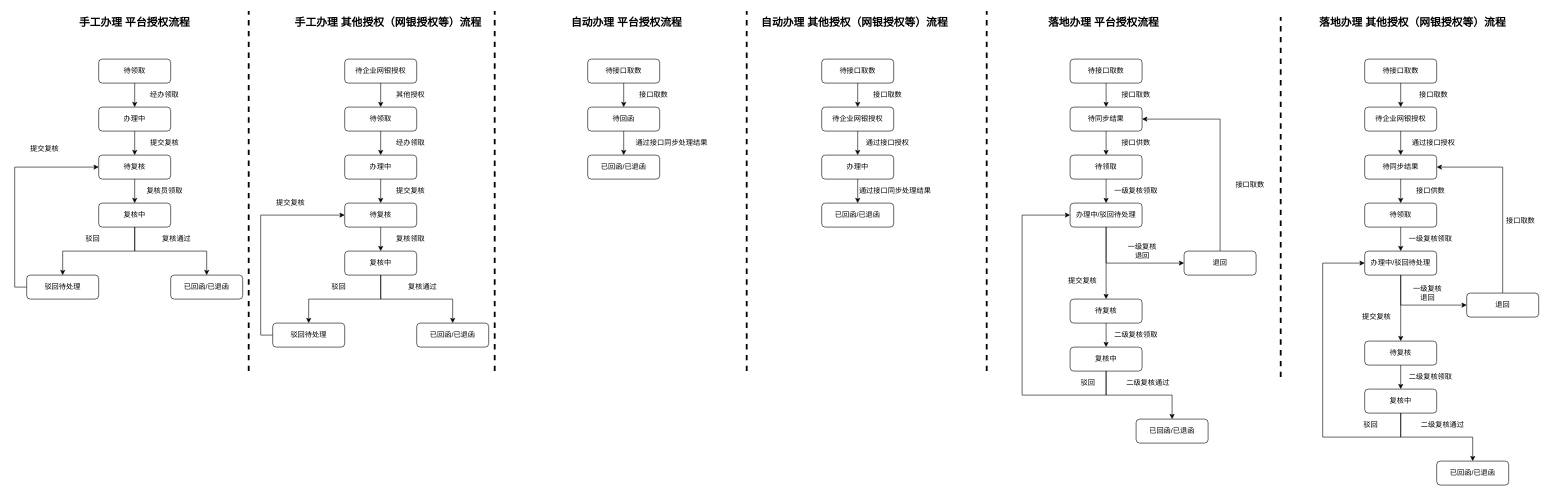
The draw.io diagram 未命名绘图.drawio in pingguo002/iconomi, before the edit. Source tidied: cells renumbered, new cells numbered last; positions are measured from the earlier drawing's top-left corner, leaving out a move shared by most shapes. Both pictures are drawn from the tidied source at 60%, with x=0, y=0 at pixel (14, 11).
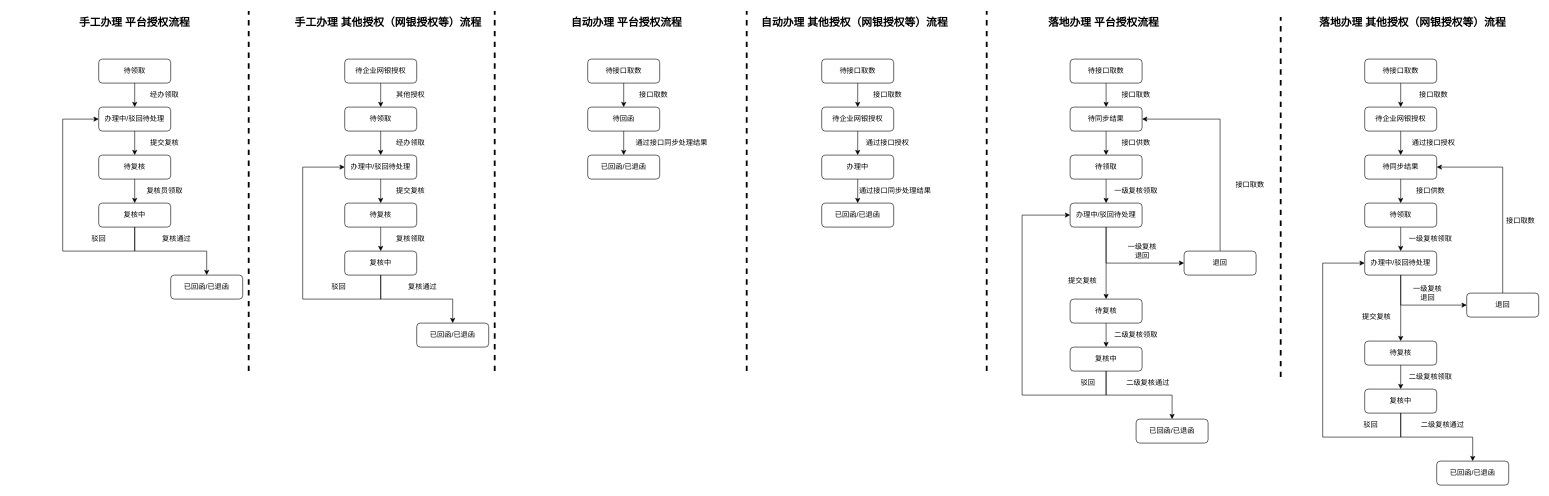
After the change.

Commit message:
更新未命名绘图.drawio

Unchanged cells that the change refers to:
```xml
<mxCell id="15" value="复核中" style="rounded=1;whiteSpace=wrap;html=1;" parent="1" vertex="1">
  <mxGeometry x="550" y="400" width="120" height="40" as="geometry" />
</mxCell>
<mxCell id="33" value="复核中" style="rounded=1;whiteSpace=wrap;html=1;" parent="1" vertex="1">
  <mxGeometry x="140" y="320" width="120" height="40" as="geometry" />
</mxCell>
```

Diff of the diagram source:
```diff
@@
-    <mxCell id="8" value="办理中" style="rounded=1;whiteSpace=wrap;html=1;" parent="1" vertex="1">
+    <mxCell id="8" value="办理中/驳回待处理" style="rounded=1;whiteSpace=wrap;html=1;" parent="1" vertex="1">
       <mxGeometry x="550" y="240" width="120" height="40" as="geometry" />
     </mxCell>
@@
-    <mxCell id="14" style="edgeStyle=orthogonalEdgeStyle;rounded=0;jettySize=auto;html=1;exitX=0.5;exitY=1;exitDx=0;exitDy=0;entryX=0.5;entryY=0;entryDx=0;entryDy=0;" parent="1" edge="1" source="15" target="123">
-      <mxGeometry relative="1" as="geometry" />
+    <mxCell id="14" style="edgeStyle=orthogonalEdgeStyle;rounded=0;jettySize=auto;html=1;exitX=0.5;exitY=1;exitDx=0;exitDy=0;entryX=0;entryY=0.5;entryDx=0;entryDy=0;" parent="1" edge="1" source="15" target="8">
+      <mxGeometry relative="1" as="geometry">
+        <Array as="points">
+          <mxPoint x="610" y="480" />
+          <mxPoint x="480" y="480" />
+          <mxPoint x="480" y="260" />
+        </Array>
+      </mxGeometry>
     </mxCell>
@@
-    <mxCell id="20" style="edgeStyle=orthogonalEdgeStyle;rounded=0;jettySize=auto;html=1;exitX=0;exitY=0.5;exitDx=0;exitDy=0;" parent="1" edge="1" source="123">
-      <mxGeometry relative="1" as="geometry">
-        <mxPoint x="550" y="340" as="targetPoint" />
-        <Array as="points">
-          <mxPoint x="410" y="540" />
-          <mxPoint x="410" y="340" />
-          <mxPoint x="550" y="340" />
-        </Array>
-      </mxGeometry>
-    </mxCell>
-    <mxCell id="21" value="提交复核" style="text;html=1;strokeColor=none;fillColor=none;align=center;verticalAlign=middle;whiteSpace=wrap;rounded=0;" parent="1" vertex="1">
-      <mxGeometry x="430" y="310" width="60" height="20" as="geometry" />
-    </mxCell>
@@
-    <mxCell id="26" value="办理中" style="rounded=1;whiteSpace=wrap;html=1;" parent="1" vertex="1">
+    <mxCell id="26" value="办理中/驳回待处理" style="rounded=1;whiteSpace=wrap;html=1;" parent="1" vertex="1">
       <mxGeometry x="140" y="160" width="120" height="40" as="geometry" />
     </mxCell>
@@
-    <mxCell id="32" style="edgeStyle=orthogonalEdgeStyle;rounded=0;jettySize=auto;html=1;exitX=0.5;exitY=1;exitDx=0;exitDy=0;entryX=0.5;entryY=0;entryDx=0;entryDy=0;" parent="1" edge="1" source="33" target="39">
-      <mxGeometry relative="1" as="geometry" />
+    <mxCell id="32" style="edgeStyle=orthogonalEdgeStyle;rounded=0;jettySize=auto;html=1;exitX=0.5;exitY=1;exitDx=0;exitDy=0;entryX=0;entryY=0.5;entryDx=0;entryDy=0;" parent="1" edge="1" source="33" target="26">
+      <mxGeometry relative="1" as="geometry">
+        <Array as="points">
+          <mxPoint x="200" y="400" />
+          <mxPoint x="80" y="400" />
+          <mxPoint x="80" y="180" />
+        </Array>
+      </mxGeometry>
     </mxCell>
@@
     <mxCell id="37" value="驳回" style="text;html=1;strokeColor=none;fillColor=none;align=center;verticalAlign=middle;whiteSpace=wrap;rounded=0;" parent="1" vertex="1">
-      <mxGeometry x="100" y="370" width="60" height="20" as="geometry" />
+      <mxGeometry x="110" y="370" width="60" height="20" as="geometry" />
     </mxCell>
-    <mxCell id="38" style="edgeStyle=orthogonalEdgeStyle;rounded=0;jettySize=auto;html=1;exitX=0;exitY=0.5;exitDx=0;exitDy=0;" parent="1" edge="1" source="39">
-      <mxGeometry relative="1" as="geometry">
-        <mxPoint x="140" y="260" as="targetPoint" />
-        <Array as="points">
-          <mxPoint y="460" />
-          <mxPoint y="260" />
-          <mxPoint x="140" y="260" />
-        </Array>
-      </mxGeometry>
-    </mxCell>
-    <mxCell id="39" value="驳回待处理" style="rounded=1;whiteSpace=wrap;html=1;" parent="1" vertex="1">
-      <mxGeometry x="20" y="440" width="120" height="40" as="geometry" />
-    </mxCell>
-    <mxCell id="40" value="提交复核" style="text;html=1;strokeColor=none;fillColor=none;align=center;verticalAlign=middle;whiteSpace=wrap;rounded=0;" parent="1" vertex="1">
-      <mxGeometry x="20" y="220" width="60" height="20" as="geometry" />
-    </mxCell>
@@
-    <mxCell id="123" value="驳回待处理" style="rounded=1;whiteSpace=wrap;html=1;" parent="1" vertex="1">
-      <mxGeometry x="430" y="520" width="120" height="40" as="geometry" />
-    </mxCell>
```
